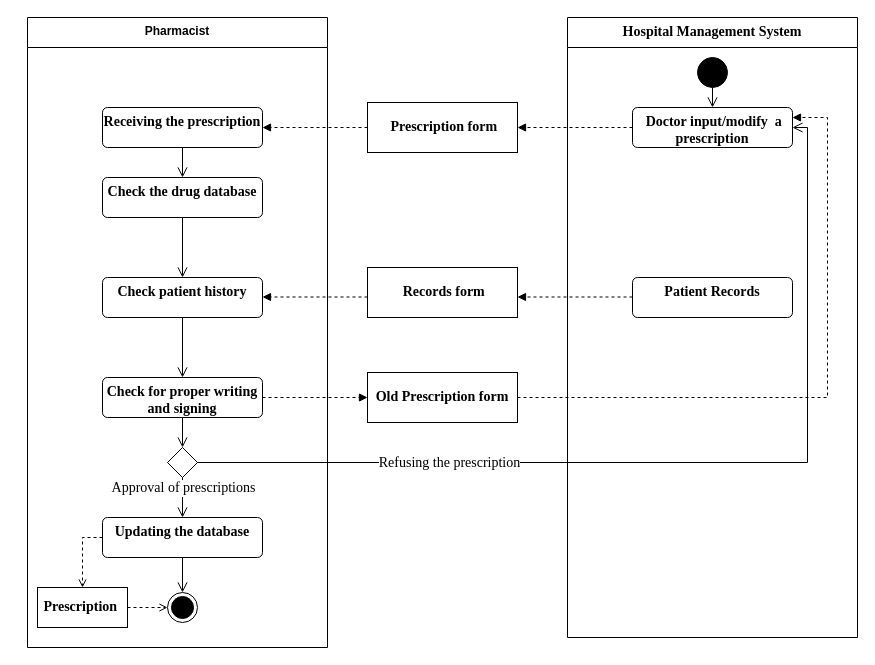
Earlier version of the draw.io diagram Activity Diagram.drawio (FOMOKN/Software-Engineering). Source tidied: cells renumbered, new cells numbered last; positions are measured from the earlier drawing's top-left corner, leaving out a move shared by most shapes. Both pictures are drawn from the tidied source at 100%, with x=0, y=0 at pixel (27, 17).
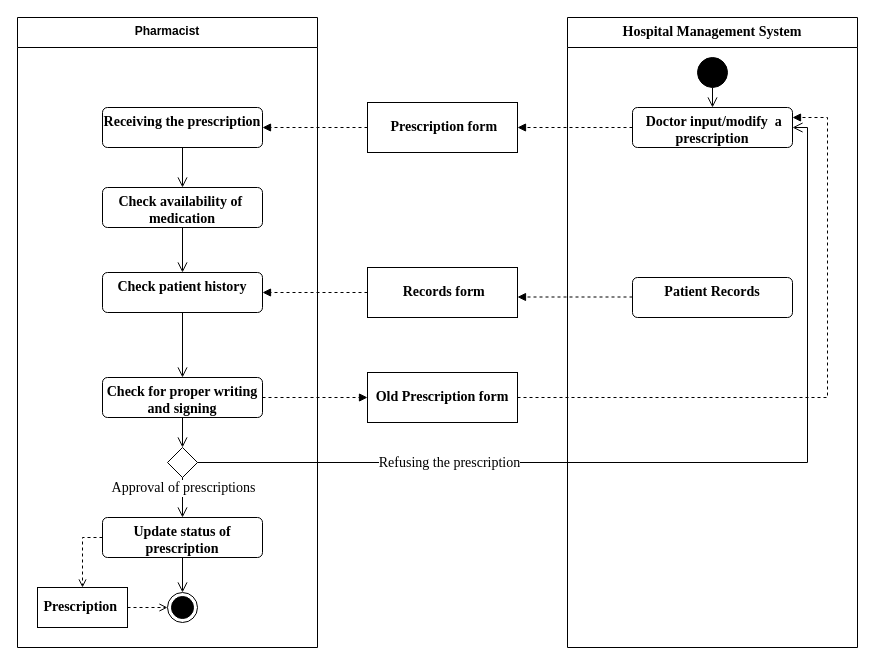
Above is the later version.

The change refers to these unchanged cells:
```xml
<mxCell id="35" value="&lt;font style=&quot;font-size: 14px;&quot; face=&quot;Times New Roman&quot;&gt;&lt;b&gt;&amp;nbsp;Records form&lt;/b&gt;&lt;/font&gt;" style="html=1;align=center;verticalAlign=middle;rounded=0;absoluteArcSize=1;arcSize=10;dashed=0;whiteSpace=wrap;" parent="1" vertex="1">
  <mxGeometry x="340" y="250" width="150" height="50" as="geometry" />
</mxCell>
```

Change to the diagram source:
```diff
@@
-    <mxCell id="3" value="Check the drug database" style="html=1;align=center;verticalAlign=top;rounded=1;absoluteArcSize=1;arcSize=10;dashed=0;whiteSpace=wrap;fontFamily=Times New Roman;fontSize=14;fontStyle=1;" parent="1" vertex="1">
-      <mxGeometry x="75" y="160" width="160" height="40" as="geometry" />
+    <mxCell id="3" value="Check availability of&amp;nbsp; medication" style="html=1;align=center;verticalAlign=top;rounded=1;absoluteArcSize=1;arcSize=10;dashed=0;whiteSpace=wrap;fontFamily=Times New Roman;fontSize=14;fontStyle=1;" parent="1" vertex="1">
+      <mxGeometry x="75" y="170" width="160" height="40" as="geometry" />
     </mxCell>
@@
     <mxCell id="7" value="Check patient history" style="html=1;align=center;verticalAlign=top;rounded=1;absoluteArcSize=1;arcSize=10;dashed=0;whiteSpace=wrap;fontFamily=Times New Roman;fontSize=14;fontStyle=1;" parent="1" vertex="1">
-      <mxGeometry x="75" y="260" width="160" height="40" as="geometry" />
+      <mxGeometry x="75" y="255" width="160" height="40" as="geometry" />
     </mxCell>
@@
-    <mxCell id="11" value="Updating the database" style="html=1;align=center;verticalAlign=top;rounded=1;absoluteArcSize=1;arcSize=10;dashed=0;whiteSpace=wrap;fontFamily=Times New Roman;fontSize=14;fontStyle=1;" parent="1" vertex="1">
+    <mxCell id="11" value="Update status of prescription" style="html=1;align=center;verticalAlign=top;rounded=1;absoluteArcSize=1;arcSize=10;dashed=0;whiteSpace=wrap;fontFamily=Times New Roman;fontSize=14;fontStyle=1;" parent="1" vertex="1">
       <mxGeometry x="75" y="500" width="160" height="40" as="geometry" />
     </mxCell>
@@
     <mxCell id="29" value="&lt;b style=&quot;border-color: var(--border-color); font-family: &amp;quot;Times New Roman&amp;quot;; font-size: 14px;&quot;&gt;Hospital Management System&lt;/b&gt;" style="swimlane;fontStyle=1;align=center;verticalAlign=top;horizontal=1;startSize=30;html=1;whiteSpace=wrap;" parent="1" vertex="1">
-      <mxGeometry x="540" width="290" height="620" as="geometry" />
+      <mxGeometry x="540" width="290" height="630" as="geometry" />
     </mxCell>
@@
     <mxCell id="32" value="Pharmacist" style="swimlane;fontStyle=1;align=center;verticalAlign=top;horizontal=1;startSize=30;html=1;whiteSpace=wrap;" parent="1" vertex="1">
-      <mxGeometry width="300" height="630" as="geometry" />
+      <mxGeometry x="-10" width="300" height="630" as="geometry" />
     </mxCell>
-    <mxCell id="33" style="html=1;verticalAlign=bottom;labelBackgroundColor=none;endArrow=block;endFill=1;dashed=1;rounded=0;exitX=0;exitY=0.5;exitDx=0;exitDy=0;entryX=1;entryY=0.5;entryDx=0;entryDy=0;" parent="32" edge="1">
-      <mxGeometry relative="1" as="geometry">
-        <mxPoint x="340" y="279.5" as="sourcePoint" />
-        <mxPoint x="235" y="279.5" as="targetPoint" />
-      </mxGeometry>
-    </mxCell>
@@
+    <mxCell id="33" style="html=1;verticalAlign=bottom;labelBackgroundColor=none;endArrow=block;endFill=1;dashed=1;rounded=0;exitX=0;exitY=0.5;exitDx=0;exitDy=0;entryX=1;entryY=0.5;entryDx=0;entryDy=0;" parent="1" edge="1" source="35" target="7">
+      <mxGeometry relative="1" as="geometry" />
+    </mxCell>
```
